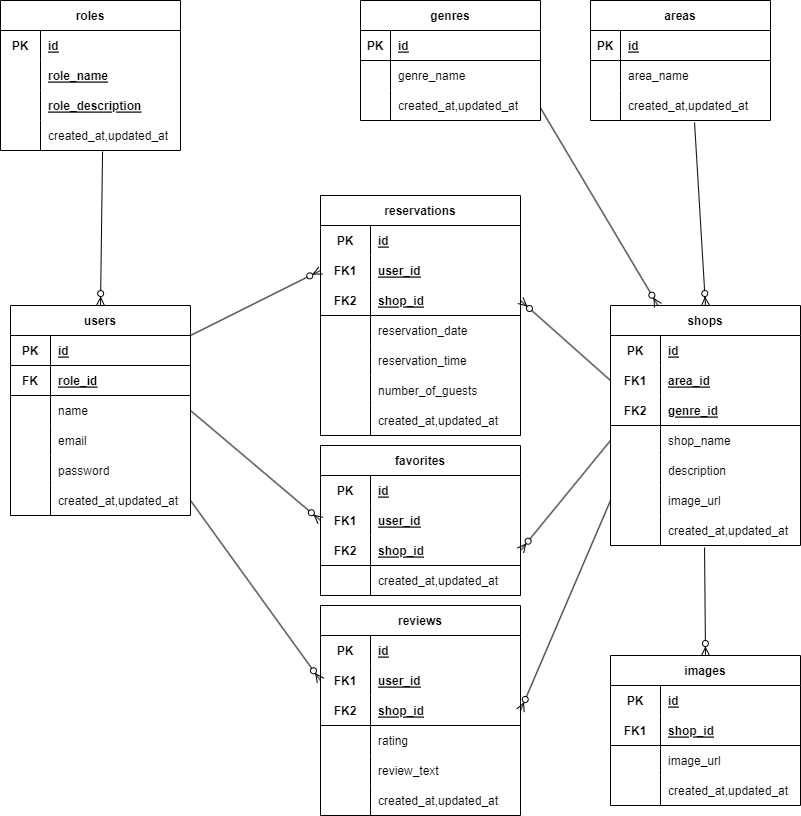
Above: er.drawio.png in fujico23/rese-system-application (draw.io), before the change. Source tidied: cells renumbered, new cells last; positions are measured from the earlier drawing's top-left corner, leaving out a move shared by most shapes.
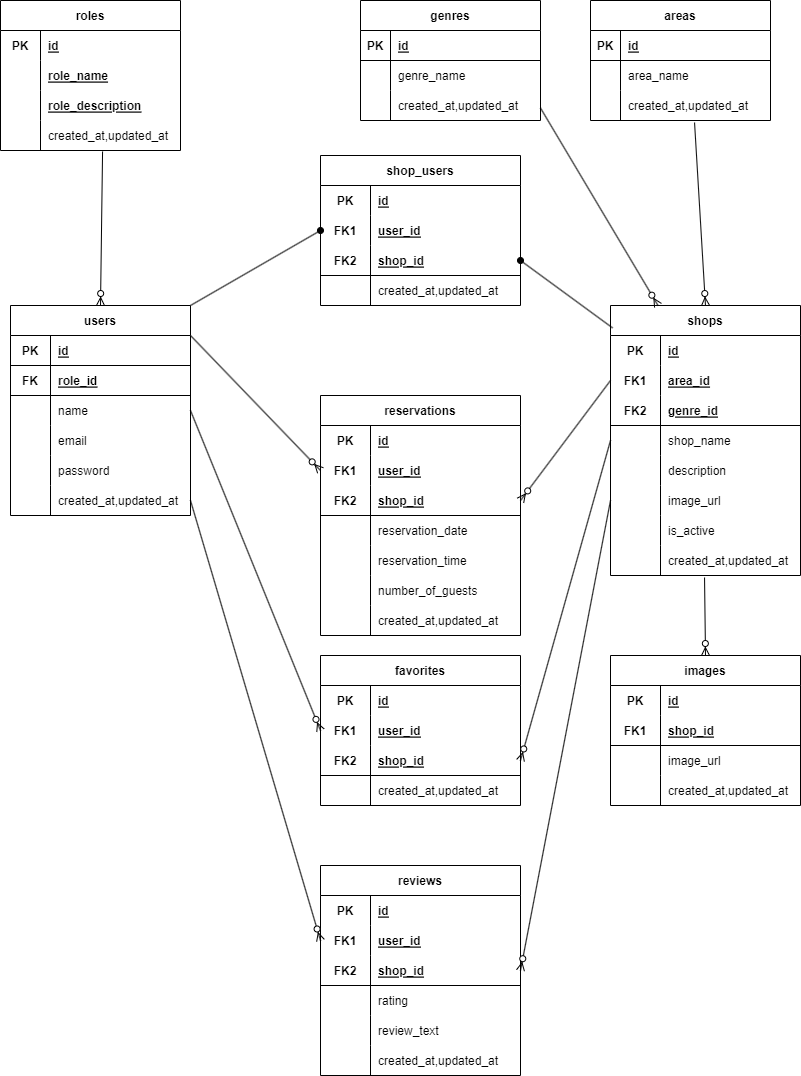
After the change.

Change to the diagram source:
```diff
@@ -120,7 +120,7 @@
       <mxGeometry x="30" width="150" height="30" as="geometry" />
     </mxCell>
     <mxCell id="41" value="shops" style="shape=table;startSize=30;rowLines=0;fontStyle=1;align=center;rounded=0;" parent="1" vertex="1">
-      <mxGeometry x="610" y="305" width="190" height="240" as="geometry" />
+      <mxGeometry x="610" y="305" width="190" height="270" as="geometry" />
     </mxCell>
     <mxCell id="42" style="shape=tableRow;horizontal=0;startSize=0;swimlaneHead=0;swimlaneBody=0;fillColor=none;top=0;left=0;right=0;bottom=0;rounded=0;" parent="41" vertex="1">
       <mxGeometry y="30" width="190" height="30" as="geometry" />
@@ -176,8 +176,17 @@
     <mxCell id="59" value="image_url" style="shape=partialRectangle;fillColor=none;top=0;left=0;bottom=0;right=0;align=left;spacingLeft=6;overflow=hidden;rounded=0;" parent="57" vertex="1">
       <mxGeometry x="50" width="140" height="30" as="geometry" />
     </mxCell>
+    <mxCell id="153" style="shape=tableRow;horizontal=0;startSize=0;swimlaneHead=0;swimlaneBody=0;fillColor=none;top=0;left=0;right=0;bottom=0;rounded=0;" parent="41" vertex="1">
+      <mxGeometry y="210" width="190" height="30" as="geometry" />
+    </mxCell>
+    <mxCell id="154" style="shape=partialRectangle;fillColor=none;top=0;left=0;bottom=0;right=0;overflow=hidden;rounded=0;" parent="153" vertex="1">
+      <mxGeometry width="50" height="30" as="geometry" />
+    </mxCell>
+    <mxCell id="155" value="is_active" style="shape=partialRectangle;fillColor=none;top=0;left=0;bottom=0;right=0;align=left;spacingLeft=6;overflow=hidden;rounded=0;" parent="153" vertex="1">
+      <mxGeometry x="50" width="140" height="30" as="geometry" />
+    </mxCell>
     <mxCell id="60" style="shape=tableRow;horizontal=0;startSize=0;swimlaneHead=0;swimlaneBody=0;fillColor=none;points=[[0,0.5],[1,0.5]];portConstraint=eastwest;top=0;left=0;right=0;bottom=0;rounded=0;" parent="41" vertex="1">
-      <mxGeometry y="210" width="190" height="30" as="geometry" />
+      <mxGeometry y="240" width="190" height="30" as="geometry" />
     </mxCell>
     <mxCell id="61" style="shape=partialRectangle;fillColor=none;top=0;left=0;bottom=0;right=0;overflow=hidden;rounded=0;" parent="60" vertex="1">
       <mxGeometry width="50" height="30" as="geometry" />
@@ -186,7 +195,7 @@
       <mxGeometry x="50" width="140" height="30" as="geometry" />
     </mxCell>
     <mxCell id="63" value="favorites" style="shape=table;startSize=30;rowLines=0;fontStyle=1;align=center;rounded=0;" parent="1" vertex="1">
-      <mxGeometry x="320" y="445" width="200" height="150" as="geometry" />
+      <mxGeometry x="320" y="655" width="200" height="150" as="geometry" />
     </mxCell>
     <mxCell id="64" style="shape=tableRow;horizontal=0;startSize=0;swimlaneHead=0;swimlaneBody=0;fillColor=none;top=0;left=0;right=0;bottom=0;rounded=0;" parent="63" vertex="1">
       <mxGeometry y="30" width="200" height="30" as="geometry" />
@@ -225,7 +234,7 @@
       <mxGeometry x="50" width="150" height="30" as="geometry" />
     </mxCell>
     <mxCell id="76" value="reservations" style="shape=table;startSize=30;rowLines=0;fontStyle=1;align=center;rounded=0;" parent="1" vertex="1">
-      <mxGeometry x="320" y="195" width="200" height="240" as="geometry" />
+      <mxGeometry x="320" y="395" width="200" height="240" as="geometry" />
     </mxCell>
     <mxCell id="77" style="shape=tableRow;horizontal=0;startSize=0;swimlaneHead=0;swimlaneBody=0;fillColor=none;top=0;left=0;right=0;bottom=0;rounded=0;" parent="76" vertex="1">
       <mxGeometry y="30" width="200" height="30" as="geometry" />
@@ -352,7 +361,7 @@
       <mxGeometry relative="1" as="geometry" />
     </mxCell>
     <mxCell id="117" value="reviews" style="shape=table;startSize=30;rowLines=0;fontStyle=1;align=center;rounded=0;" parent="1" vertex="1">
-      <mxGeometry x="320" y="605" width="200" height="210" as="geometry" />
+      <mxGeometry x="320" y="865" width="200" height="210" as="geometry" />
     </mxCell>
     <mxCell id="118" style="shape=tableRow;horizontal=0;startSize=0;swimlaneHead=0;swimlaneBody=0;fillColor=none;top=0;left=0;right=0;bottom=0;rounded=0;" parent="117" vertex="1">
       <mxGeometry y="30" width="200" height="30" as="geometry" />
@@ -459,5 +468,50 @@
     <mxCell id="152" style="fontSize=12;html=1;endArrow=ERzeroToMany;endFill=1;rounded=0;entryX=0.5;entryY=0;entryDx=0;entryDy=0;exitX=0.495;exitY=1.067;exitDx=0;exitDy=0;exitPerimeter=0;" parent="1" edge="1" source="60" target="139">
       <mxGeometry relative="1" as="geometry" />
     </mxCell>
+    <mxCell id="156" value="shop_users" style="shape=table;startSize=30;rowLines=0;fontStyle=1;align=center;rounded=0;" parent="1" vertex="1">
+      <mxGeometry x="320" y="155" width="200" height="150" as="geometry" />
+    </mxCell>
+    <mxCell id="157" style="shape=tableRow;horizontal=0;startSize=0;swimlaneHead=0;swimlaneBody=0;fillColor=none;top=0;left=0;right=0;bottom=0;rounded=0;" parent="156" vertex="1">
+      <mxGeometry y="30" width="200" height="30" as="geometry" />
+    </mxCell>
+    <mxCell id="158" value="PK" style="shape=partialRectangle;fillColor=none;top=0;left=0;bottom=0;right=0;fontStyle=1;overflow=hidden;rounded=0;" parent="157" vertex="1">
+      <mxGeometry width="50" height="30" as="geometry" />
+    </mxCell>
+    <mxCell id="159" value="id" style="shape=partialRectangle;fillColor=none;top=0;left=0;bottom=0;right=0;align=left;spacingLeft=6;fontStyle=5;overflow=hidden;rounded=0;" parent="157" vertex="1">
+      <mxGeometry x="50" width="150" height="30" as="geometry" />
+    </mxCell>
+    <mxCell id="160" style="shape=tableRow;horizontal=0;startSize=0;swimlaneHead=0;swimlaneBody=0;fillColor=none;points=[[0,0.5],[1,0.5]];portConstraint=eastwest;top=0;left=0;right=0;bottom=0;rounded=0;" parent="156" vertex="1">
+      <mxGeometry y="60" width="200" height="30" as="geometry" />
+    </mxCell>
+    <mxCell id="161" value="FK1" style="shape=partialRectangle;fillColor=none;top=0;left=0;bottom=0;right=0;fontStyle=1;overflow=hidden;rounded=0;" parent="160" vertex="1">
+      <mxGeometry width="50" height="30" as="geometry" />
+    </mxCell>
+    <mxCell id="162" value="user_id" style="shape=partialRectangle;fillColor=none;top=0;left=0;bottom=0;right=0;align=left;spacingLeft=6;fontStyle=5;overflow=hidden;rounded=0;" parent="160" vertex="1">
+      <mxGeometry x="50" width="150" height="30" as="geometry" />
+    </mxCell>
+    <mxCell id="163" style="shape=tableRow;horizontal=0;startSize=0;swimlaneHead=0;swimlaneBody=0;fillColor=none;points=[[0,0.5],[1,0.5]];portConstraint=eastwest;top=0;left=0;right=0;bottom=1;rounded=0;" parent="156" vertex="1">
+      <mxGeometry y="90" width="200" height="30" as="geometry" />
+    </mxCell>
+    <mxCell id="164" value="FK2" style="shape=partialRectangle;fillColor=none;top=0;left=0;bottom=0;right=0;fontStyle=1;overflow=hidden;rounded=0;" parent="163" vertex="1">
+      <mxGeometry width="50" height="30" as="geometry" />
+    </mxCell>
+    <mxCell id="165" value="shop_id" style="shape=partialRectangle;fillColor=none;top=0;left=0;bottom=0;right=0;align=left;spacingLeft=6;fontStyle=5;overflow=hidden;rounded=0;" parent="163" vertex="1">
+      <mxGeometry x="50" width="150" height="30" as="geometry" />
+    </mxCell>
+    <mxCell id="166" style="shape=tableRow;horizontal=0;startSize=0;swimlaneHead=0;swimlaneBody=0;fillColor=none;top=0;left=0;right=0;bottom=0;rounded=0;" parent="156" vertex="1">
+      <mxGeometry y="120" width="200" height="30" as="geometry" />
+    </mxCell>
+    <mxCell id="167" style="shape=partialRectangle;fillColor=none;top=0;left=0;bottom=0;right=0;overflow=hidden;rounded=0;" parent="166" vertex="1">
+      <mxGeometry width="50" height="30" as="geometry" />
+    </mxCell>
+    <mxCell id="168" value="created_at,updated_at" style="shape=partialRectangle;fillColor=none;top=0;left=0;bottom=0;right=0;align=left;spacingLeft=6;overflow=hidden;rounded=0;" parent="166" vertex="1">
+      <mxGeometry x="50" width="150" height="30" as="geometry" />
+    </mxCell>
+    <mxCell id="169" style="fontSize=12;html=1;endArrow=oval;endFill=1;rounded=0;exitX=1;exitY=0;exitDx=0;exitDy=0;entryX=0;entryY=0.5;entryDx=0;entryDy=0;" parent="1" edge="1" source="2" target="160">
+      <mxGeometry relative="1" as="geometry" />
+    </mxCell>
+    <mxCell id="170" style="fontSize=12;html=1;endArrow=oval;endFill=1;rounded=0;entryX=1;entryY=0.5;entryDx=0;entryDy=0;exitX=0.011;exitY=0.083;exitDx=0;exitDy=0;exitPerimeter=0;" parent="1" edge="1" source="41" target="163">
+      <mxGeometry relative="1" as="geometry" />
+    </mxCell>
   </root>
 </mxGraphModel>
```
